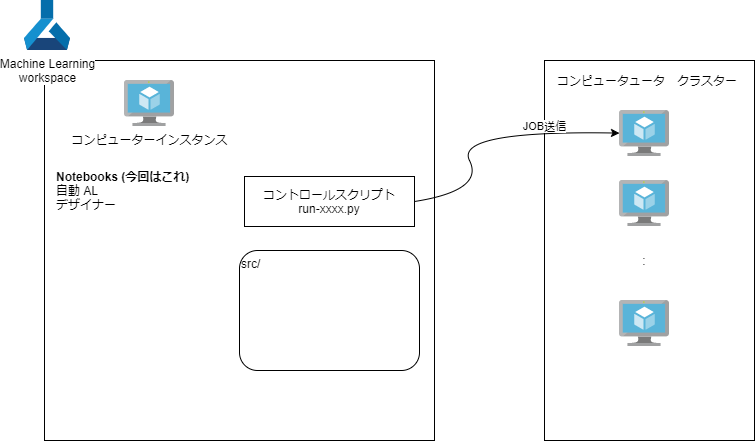
APCt-okuyama/python-learn keeps this draw.io diagram as 10_machine_learning_framework/az-machine-learning.png. Above is the earlier version. Source tidied: cells renumbered, new cells last; positions are measured from the earlier drawing's top-left corner, leaving out a move shared by most shapes. Source of this version:
```xml
<mxGraphModel>
  <root>
    <mxCell id="0" />
    <mxCell id="1" parent="0" />
    <mxCell id="2" style="rounded=0;whiteSpace=wrap;html=1;" parent="1" vertex="1">
      <mxGeometry x="20" y="60" width="390" height="380" as="geometry" />
    </mxCell>
    <mxCell id="3" value="Machine Learning&lt;br&gt;workspace" style="html=1;align=center;image;fontSize=12;image=img/lib/mscae/Machine_Learning_Service_Workspaces.svg;" parent="1" vertex="1">
      <mxGeometry width="46" height="50" as="geometry" />
    </mxCell>
    <mxCell id="4" value="コントロールスクリプト&lt;br&gt;run-xxxx.py" style="rounded=0;whiteSpace=wrap;html=1;" parent="1" vertex="1">
      <mxGeometry x="220" y="176" width="170" height="50" as="geometry" />
    </mxCell>
    <mxCell id="5" value="src/" style="rounded=1;whiteSpace=wrap;html=1;align=left;verticalAlign=top;" parent="1" vertex="1">
      <mxGeometry x="215" y="250" width="180" height="120" as="geometry" />
    </mxCell>
    <mxCell id="6" style="rounded=0;whiteSpace=wrap;html=1;" parent="1" vertex="1">
      <mxGeometry x="520" y="60" width="210" height="380" as="geometry" />
    </mxCell>
    <mxCell id="7" value="JOB送信" style="curved=1;endArrow=classic;html=1;exitX=1;exitY=0.5;exitDx=0;exitDy=0;" parent="1" edge="1" source="4" target="9">
      <mxGeometry x="0.51" y="5" relative="1" as="geometry">
        <Array as="points">
          <mxPoint x="460" y="190" />
          <mxPoint x="430" y="130" />
        </Array>
      </mxGeometry>
    </mxCell>
    <mxCell id="8" value="コンピューターインスタンス" style="html=1;align=center;image;fontSize=12;image=img/lib/mscae/Virtual_Machine.svg;" parent="1" vertex="1">
      <mxGeometry x="100" y="80" width="50" height="46" as="geometry" />
    </mxCell>
    <mxCell id="9" style="html=1;points=[];align=center;image;fontSize=12;image=img/lib/mscae/Virtual_Machine.svg;" parent="1" vertex="1">
      <mxGeometry x="595" y="110" width="50" height="46" as="geometry" />
    </mxCell>
    <mxCell id="10" style="html=1;align=center;image;fontSize=12;image=img/lib/mscae/Virtual_Machine.svg;" parent="1" vertex="1">
      <mxGeometry x="595" y="180" width="50" height="46" as="geometry" />
    </mxCell>
    <mxCell id="11" style="html=1;align=center;image;fontSize=12;image=img/lib/mscae/Virtual_Machine.svg;" parent="1" vertex="1">
      <mxGeometry x="595" y="300" width="50" height="46" as="geometry" />
    </mxCell>
    <mxCell id="12" value=":" style="text;html=1;strokeColor=none;fillColor=none;align=center;verticalAlign=middle;whiteSpace=wrap;rounded=0;" parent="1" vertex="1">
      <mxGeometry x="600" y="250" width="40" height="20" as="geometry" />
    </mxCell>
    <mxCell id="13" value="&lt;b&gt;Notebooks (今回はこれ)&lt;/b&gt;&lt;br&gt;自動 AL&lt;br&gt;デザイナー" style="text;html=1;strokeColor=none;fillColor=none;align=left;verticalAlign=middle;whiteSpace=wrap;rounded=0;" parent="1" vertex="1">
      <mxGeometry x="30" y="160" width="160" height="60" as="geometry" />
    </mxCell>
    <mxCell id="14" value="コンピュータュータ　クラスター" style="text;html=1;strokeColor=none;fillColor=none;align=center;verticalAlign=middle;whiteSpace=wrap;rounded=0;" parent="1" vertex="1">
      <mxGeometry x="526" y="70" width="194" height="20" as="geometry" />
    </mxCell>
  </root>
</mxGraphModel>
```
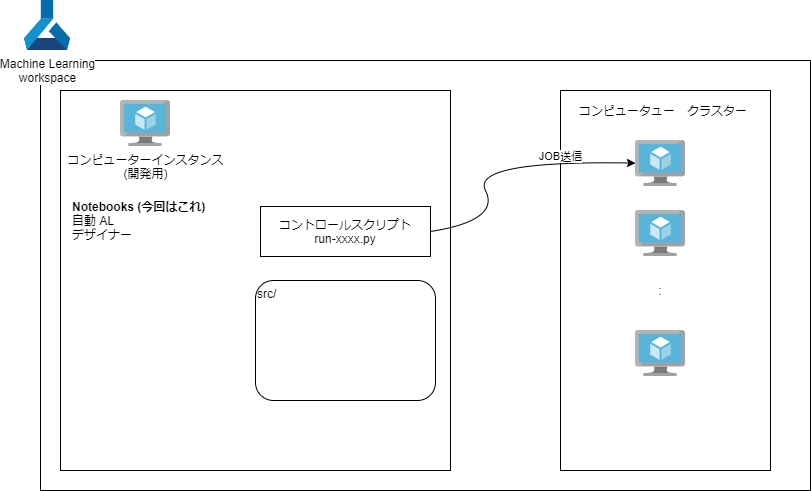
Above is the later version.

What changed in the source:
```diff
@@ -2,11 +2,14 @@
   <root>
     <mxCell id="0" />
     <mxCell id="1" parent="0" />
+    <mxCell id="15" style="rounded=0;whiteSpace=wrap;html=1;" parent="1" vertex="1">
+      <mxGeometry y="30" width="770" height="430" as="geometry" />
+    </mxCell>
     <mxCell id="2" style="rounded=0;whiteSpace=wrap;html=1;" parent="1" vertex="1">
       <mxGeometry x="20" y="60" width="390" height="380" as="geometry" />
     </mxCell>
     <mxCell id="3" value="Machine Learning&lt;br&gt;workspace" style="html=1;align=center;image;fontSize=12;image=img/lib/mscae/Machine_Learning_Service_Workspaces.svg;" parent="1" vertex="1">
-      <mxGeometry width="46" height="50" as="geometry" />
+      <mxGeometry x="-16" y="-30" width="46" height="50" as="geometry" />
     </mxCell>
     <mxCell id="4" value="コントロールスクリプト&lt;br&gt;run-xxxx.py" style="rounded=0;whiteSpace=wrap;html=1;" parent="1" vertex="1">
       <mxGeometry x="220" y="176" width="170" height="50" as="geometry" />
@@ -25,8 +28,8 @@
         </Array>
       </mxGeometry>
     </mxCell>
-    <mxCell id="8" value="コンピューターインスタンス" style="html=1;align=center;image;fontSize=12;image=img/lib/mscae/Virtual_Machine.svg;" parent="1" vertex="1">
-      <mxGeometry x="100" y="80" width="50" height="46" as="geometry" />
+    <mxCell id="8" value="コンピューターインスタンス&lt;br&gt;(開発用)" style="html=1;align=center;image;fontSize=12;image=img/lib/mscae/Virtual_Machine.svg;" parent="1" vertex="1">
+      <mxGeometry x="80" y="70" width="50" height="46" as="geometry" />
     </mxCell>
     <mxCell id="9" style="html=1;points=[];align=center;image;fontSize=12;image=img/lib/mscae/Virtual_Machine.svg;" parent="1" vertex="1">
       <mxGeometry x="595" y="110" width="50" height="46" as="geometry" />
@@ -43,7 +46,7 @@
     <mxCell id="13" value="&lt;b&gt;Notebooks (今回はこれ)&lt;/b&gt;&lt;br&gt;自動 AL&lt;br&gt;デザイナー" style="text;html=1;strokeColor=none;fillColor=none;align=left;verticalAlign=middle;whiteSpace=wrap;rounded=0;" parent="1" vertex="1">
       <mxGeometry x="30" y="160" width="160" height="60" as="geometry" />
     </mxCell>
-    <mxCell id="14" value="コンピュータュータ　クラスター" style="text;html=1;strokeColor=none;fillColor=none;align=center;verticalAlign=middle;whiteSpace=wrap;rounded=0;" parent="1" vertex="1">
+    <mxCell id="14" value="コンピュータュー　クラスター" style="text;html=1;strokeColor=none;fillColor=none;align=center;verticalAlign=middle;whiteSpace=wrap;rounded=0;" parent="1" vertex="1">
       <mxGeometry x="526" y="70" width="194" height="20" as="geometry" />
     </mxCell>
   </root>
```
